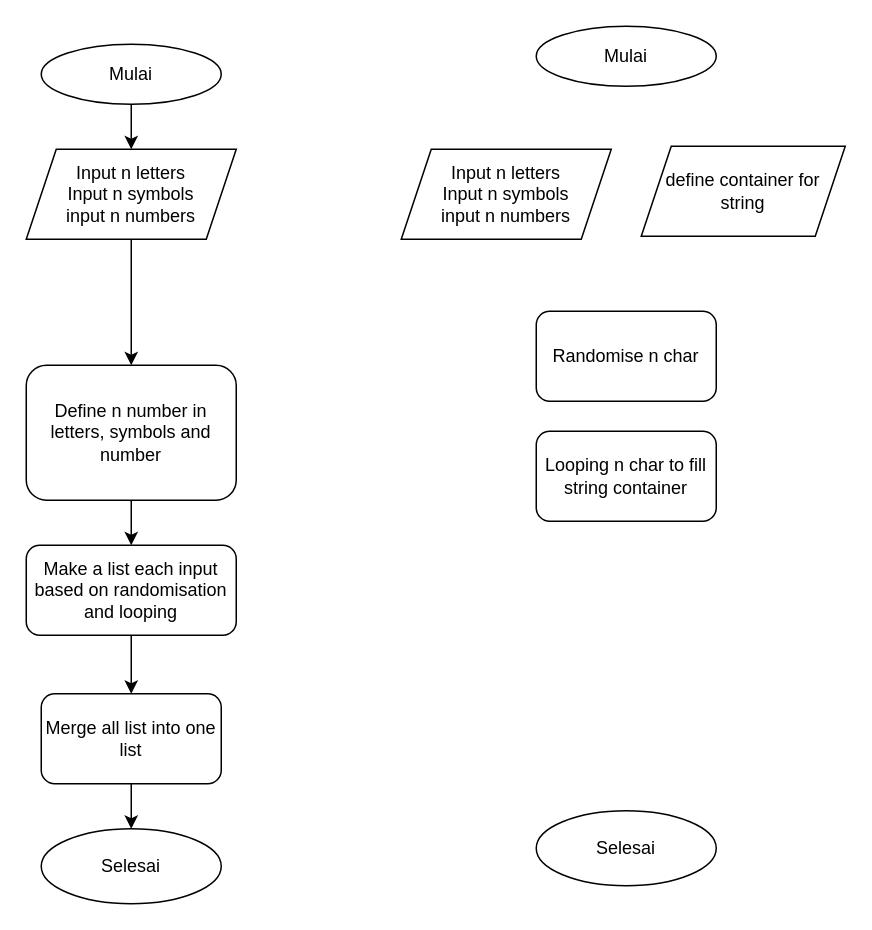
The draw.io diagram Diagram Tanpa Judul.drawio in Gofanz17/Gofanz17, before the edit. Source tidied: cells renumbered, new cells numbered last; positions are measured from the earlier drawing's top-left corner, leaving out a move shared by most shapes. Both pictures are drawn from the tidied source at 150%, with x=0, y=0 at pixel (26, 26).
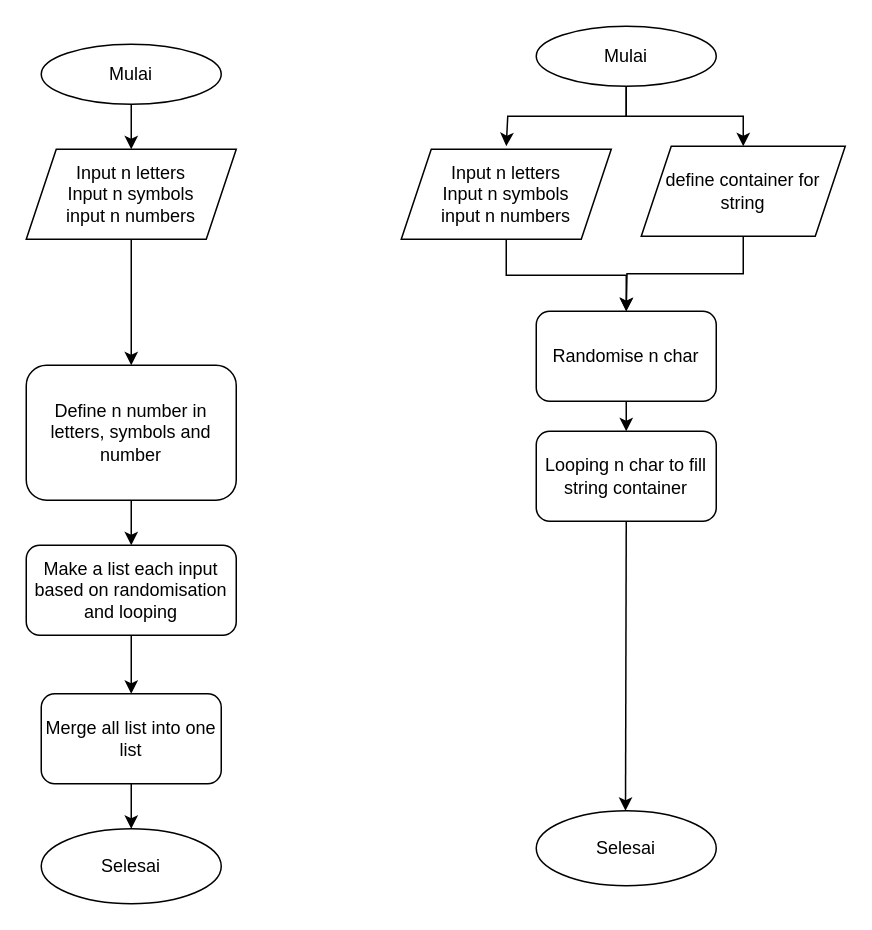
The same diagram, later.

Unchanged cells that the change refers to:
```xml
<mxCell id="13" value="define container for string" style="shape=parallelogram;perimeter=parallelogramPerimeter;whiteSpace=wrap;html=1;fixedSize=1;" parent="1" vertex="1">
  <mxGeometry x="410" y="80" width="136" height="60" as="geometry" />
</mxCell>
<mxCell id="14" value="&lt;div&gt;Input n letters&lt;/div&gt;&lt;div&gt;Input n symbols&lt;/div&gt;&lt;div&gt;input n numbers&lt;br&gt;&lt;/div&gt;" style="shape=parallelogram;perimeter=parallelogramPerimeter;whiteSpace=wrap;html=1;fixedSize=1;" parent="1" vertex="1">
  <mxGeometry x="250" y="82" width="140" height="60" as="geometry" />
</mxCell>
<mxCell id="15" value="Looping n char to fill string container" style="rounded=1;whiteSpace=wrap;html=1;" parent="1" vertex="1">
  <mxGeometry x="340" y="270" width="120" height="60" as="geometry" />
</mxCell>
<mxCell id="16" value="Randomise n char" style="rounded=1;whiteSpace=wrap;html=1;" parent="1" vertex="1">
  <mxGeometry x="340" y="190" width="120" height="60" as="geometry" />
</mxCell>
<mxCell id="17" value="Mulai" style="ellipse;whiteSpace=wrap;html=1;" parent="1" vertex="1">
  <mxGeometry x="340" width="120" height="40" as="geometry" />
</mxCell>
```

What changed in the source:
```diff
@@
+    <mxCell id="19" style="endArrow=classic;html=1;rounded=0;entryX=0.5;entryY=0;entryDx=0;entryDy=0;exitX=0.5;exitY=1;exitDx=0;exitDy=0;" parent="1" edge="1" source="15">
+      <mxGeometry relative="1" as="geometry">
+        <mxPoint x="399.5" y="523" as="targetPoint" />
+      </mxGeometry>
+    </mxCell>
+    <mxCell id="20" style="endArrow=classic;html=1;rounded=0;entryX=0.5;entryY=0;entryDx=0;entryDy=0;exitX=0.5;exitY=1;exitDx=0;exitDy=0;" parent="1" edge="1" source="16" target="15">
+      <mxGeometry relative="1" as="geometry" />
+    </mxCell>
+    <mxCell id="21" style="endArrow=classic;html=1;rounded=0;exitX=0.5;exitY=1;exitDx=0;exitDy=0;edgeStyle=orthogonalEdgeStyle;" parent="1" edge="1" source="13">
+      <mxGeometry relative="1" as="geometry">
+        <mxPoint x="400" y="190" as="targetPoint" />
+      </mxGeometry>
+    </mxCell>
+    <mxCell id="22" style="endArrow=classic;html=1;rounded=0;entryX=0.5;entryY=0;entryDx=0;entryDy=0;exitX=0.5;exitY=1;exitDx=0;exitDy=0;edgeStyle=orthogonalEdgeStyle;" parent="1" edge="1" source="14" target="16">
+      <mxGeometry relative="1" as="geometry" />
+    </mxCell>
+    <mxCell id="23" style="endArrow=classic;html=1;rounded=0;entryX=0.5;entryY=0;entryDx=0;entryDy=0;exitX=0.5;exitY=1;exitDx=0;exitDy=0;edgeStyle=orthogonalEdgeStyle;" parent="1" edge="1" source="17" target="13">
+      <mxGeometry relative="1" as="geometry" />
+    </mxCell>
+    <mxCell id="24" style="endArrow=classic;html=1;rounded=0;edgeStyle=orthogonalEdgeStyle;" parent="1" edge="1">
+      <mxGeometry relative="1" as="geometry">
+        <mxPoint x="400" y="40" as="sourcePoint" />
+        <mxPoint x="320" y="80" as="targetPoint" />
+        <Array as="points">
+          <mxPoint x="400" y="60" />
+          <mxPoint x="321" y="60" />
+        </Array>
+      </mxGeometry>
+    </mxCell>
```
